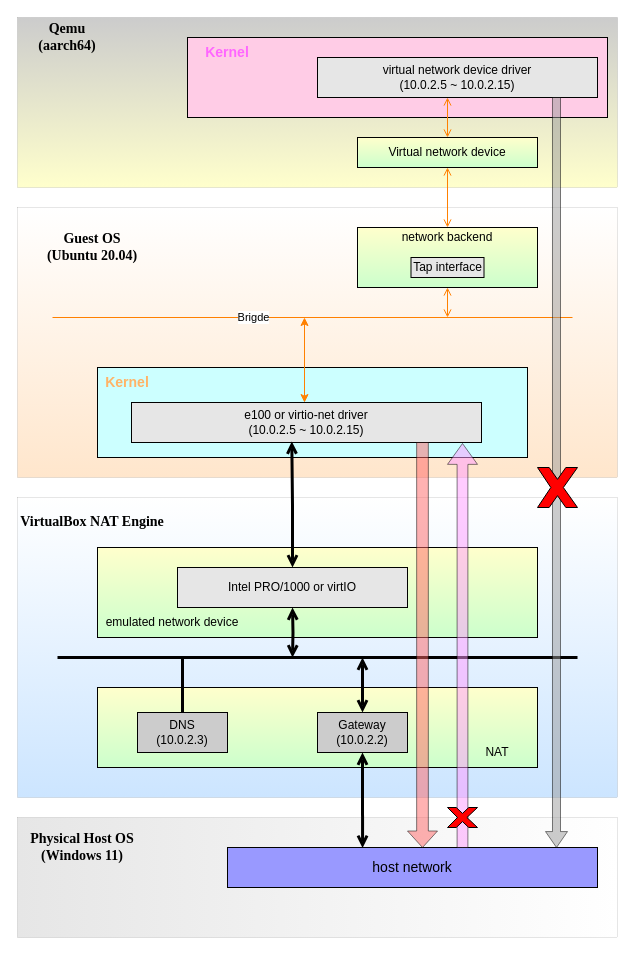
chasinglulu/tools keeps this draw.io diagram as drawio/未命名绘图.drawio. Above is the earlier version. Source tidied: cells renumbered, new cells numbered last; positions are measured from the earlier drawing's top-left corner, leaving out a move shared by most shapes. Both pictures are drawn from the tidied source at 100%, with x=0, y=0 at pixel (17, 17).
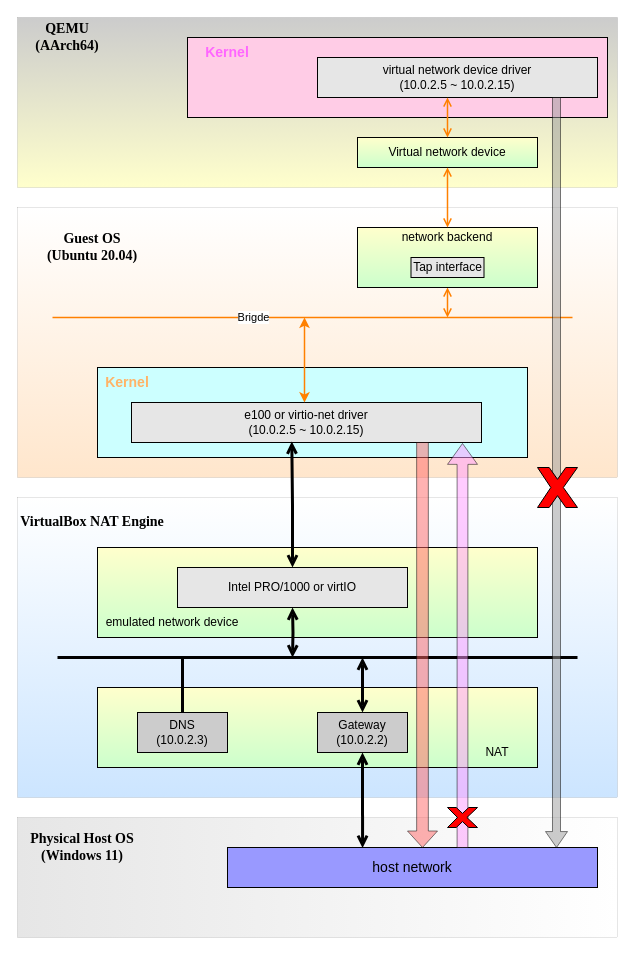
Above is the later version.

Commit message:
更新未命名绘图.drawio

The change refers to these unchanged cells:
```xml
<mxCell id="34" value="Virtual network device" style="rounded=0;whiteSpace=wrap;html=1;fillColor=#FFFFCC;gradientColor=#CCFFCC;gradientDirection=south;" parent="1" vertex="1">
  <mxGeometry x="340" y="120" width="180" height="30" as="geometry" />
</mxCell>
<mxCell id="35" style="rounded=0;whiteSpace=wrap;html=1;fillColor=#FFFFCC;gradientColor=#CCFFCC;gradientDirection=south;" parent="1" vertex="1">
  <mxGeometry x="340" y="210" width="180" height="60" as="geometry" />
</mxCell>
<mxCell id="37" value="network backend" style="text;html=1;strokeColor=none;fillColor=none;align=center;verticalAlign=middle;whiteSpace=wrap;rounded=0;" parent="1" vertex="1">
  <mxGeometry x="380" y="210" width="100" height="20" as="geometry" />
</mxCell>
```

The edit, as a diff of the source:
```diff
@@
-    <mxCell id="29" value="&lt;b&gt;&lt;font style=&quot;font-size: 14px;&quot; face=&quot;Times New Roman&quot;&gt;Qemu&lt;br&gt;(aarch64)&lt;br&gt;&lt;/font&gt;&lt;/b&gt;" style="text;html=1;strokeColor=none;fillColor=none;align=center;verticalAlign=middle;whiteSpace=wrap;rounded=0;" parent="1" vertex="1">
+    <mxCell id="29" value="&lt;b&gt;&lt;font style=&quot;font-size: 14px;&quot; face=&quot;Times New Roman&quot;&gt;QEMU&lt;br&gt;(AArch64)&lt;br&gt;&lt;/font&gt;&lt;/b&gt;" style="text;html=1;strokeColor=none;fillColor=none;align=center;verticalAlign=middle;whiteSpace=wrap;rounded=0;" parent="1" vertex="1">
       <mxGeometry width="100" height="40" as="geometry" />
     </mxCell>
-    <mxCell id="30" style="endArrow=none;html=1;rounded=0;edgeStyle=orthogonalEdgeStyle;strokeWidth=1;strokeColor=#FF8000;" parent="1" edge="1">
+    <mxCell id="30" style="endArrow=none;html=1;rounded=0;edgeStyle=orthogonalEdgeStyle;strokeWidth=1.5;strokeColor=#FF8000;" parent="1" edge="1">
       <mxGeometry relative="1" as="geometry">
         <mxPoint x="35" y="300" as="sourcePoint" />
         <mxPoint x="555" y="300" as="targetPoint" />
       </mxGeometry>
     </mxCell>
@@
-    <mxCell id="32" style="endArrow=open;html=1;rounded=0;edgeStyle=orthogonalEdgeStyle;strokeWidth=1;entryX=0.5;entryY=1;entryDx=0;entryDy=0;startArrow=open;startFill=0;endFill=0;strokeColor=#FF8000;" parent="1" edge="1" target="35">
+    <mxCell id="32" style="endArrow=open;html=1;rounded=0;edgeStyle=orthogonalEdgeStyle;strokeWidth=1.5;entryX=0.5;entryY=1;entryDx=0;entryDy=0;startArrow=open;startFill=0;endFill=0;strokeColor=#FF8000;" parent="1" edge="1" target="35">
       <mxGeometry relative="1" as="geometry">
         <mxPoint x="430" y="300" as="sourcePoint" />
         <Array as="points">
           <mxPoint x="430" y="300" />
           <mxPoint x="430" y="260" />
         </Array>
       </mxGeometry>
     </mxCell>
-    <mxCell id="33" style="endArrow=classic;html=1;rounded=0;edgeStyle=orthogonalEdgeStyle;strokeWidth=1;exitX=0.86;exitY=0.002;exitDx=0;exitDy=0;exitPerimeter=0;startArrow=classic;startFill=1;endFill=1;strokeColor=#FF8000;" parent="1" edge="1">
+    <mxCell id="33" style="endArrow=classic;html=1;rounded=0;edgeStyle=orthogonalEdgeStyle;strokeWidth=1.5;exitX=0.86;exitY=0.002;exitDx=0;exitDy=0;exitPerimeter=0;startArrow=classic;startFill=1;endFill=1;strokeColor=#FF8000;" parent="1" edge="1">
       <mxGeometry relative="1" as="geometry">
         <mxPoint x="287" y="385.1" as="sourcePoint" />
         <mxPoint x="287" y="300" as="targetPoint" />
       </mxGeometry>
     </mxCell>
@@
-    <mxCell id="38" style="endArrow=open;html=1;rounded=0;edgeStyle=orthogonalEdgeStyle;exitX=0.5;exitY=0;exitDx=0;exitDy=0;entryX=0.5;entryY=1;entryDx=0;entryDy=0;strokeWidth=1;startArrow=open;startFill=0;endFill=0;strokeColor=#FF8000;" parent="1" edge="1" source="37" target="34">
+    <mxCell id="38" style="endArrow=open;html=1;rounded=0;edgeStyle=orthogonalEdgeStyle;exitX=0.5;exitY=0;exitDx=0;exitDy=0;entryX=0.5;entryY=1;entryDx=0;entryDy=0;strokeWidth=1.5;startArrow=open;startFill=0;endFill=0;strokeColor=#FF8000;" parent="1" edge="1" source="37" target="34">
       <mxGeometry relative="1" as="geometry" />
     </mxCell>
@@
-    <mxCell id="42" style="endArrow=open;html=1;rounded=0;edgeStyle=orthogonalEdgeStyle;entryX=0.5;entryY=1;entryDx=0;entryDy=0;strokeWidth=1;startArrow=open;startFill=0;endFill=0;strokeColor=#FF8000;" parent="1" edge="1">
+    <mxCell id="42" style="endArrow=open;html=1;rounded=0;edgeStyle=orthogonalEdgeStyle;entryX=0.5;entryY=1;entryDx=0;entryDy=0;strokeWidth=1.5;startArrow=open;startFill=0;endFill=0;strokeColor=#FF8000;" parent="1" edge="1">
       <mxGeometry relative="1" as="geometry">
         <mxPoint x="430" y="120" as="sourcePoint" />
         <mxPoint x="430" y="80" as="targetPoint" />
       </mxGeometry>
     </mxCell>
```
